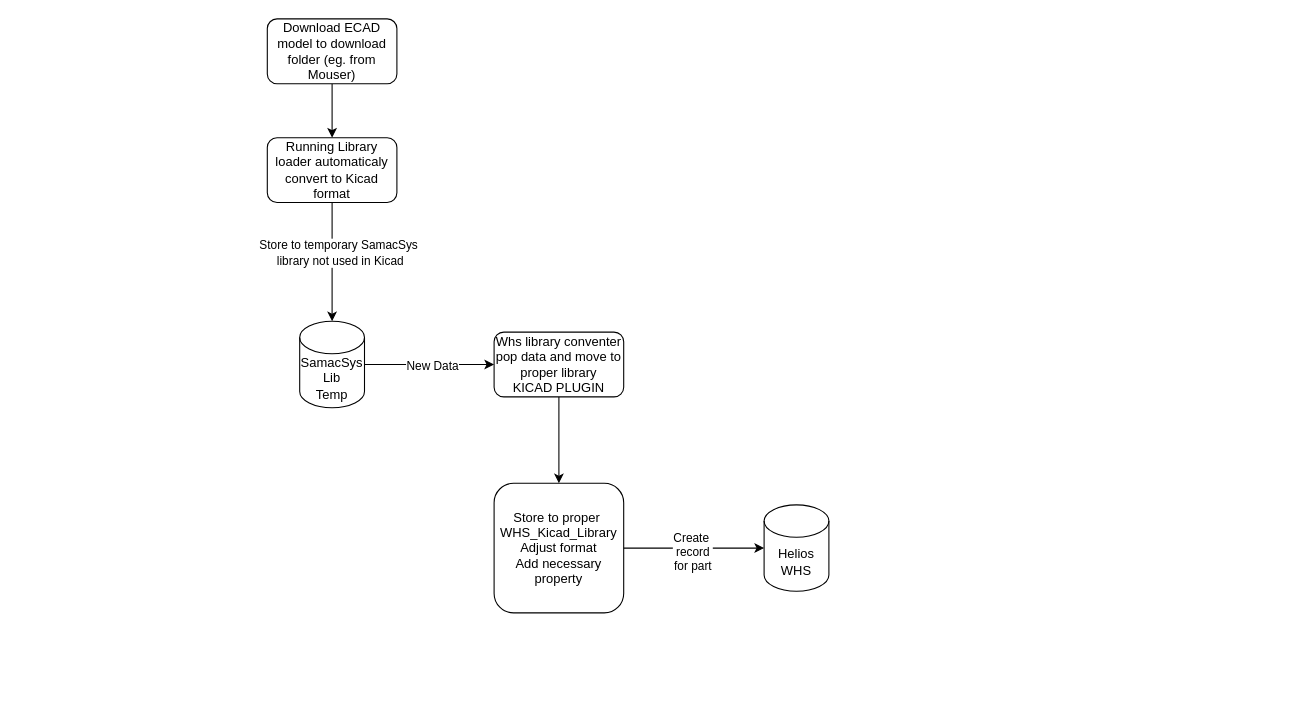
RT-whs/WhsKicadLibraryConventer keeps this draw.io diagram as docs/Organization/Overview.drawio. Above is the earlier version. Source tidied: cells renumbered, new cells numbered last; positions are measured from the earlier drawing's top-left corner, leaving out a move shared by most shapes. Both pictures are drawn from the tidied source at 108%, with x=0, y=0 at pixel (267, 18).
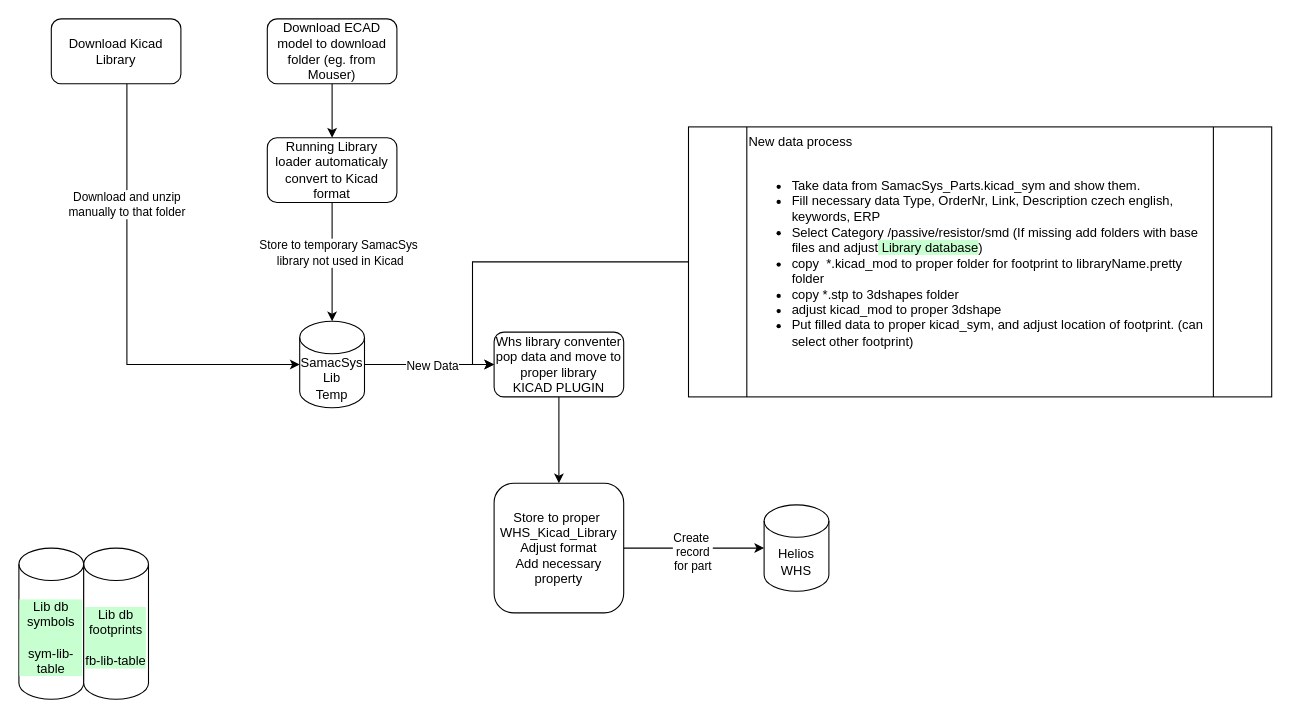
The same page after the edit.

Commit message (it also covers changes not shown here):
UPDATED Drawio overview FEATURE MISSING File filtering FEATURE Modules used for clear sw

Unchanged cells that the change refers to:
```xml
<mxCell id="9" value="SamacSys&lt;br&gt;Lib&lt;br&gt;Temp" style="shape=cylinder3;whiteSpace=wrap;html=1;boundedLbl=1;backgroundOutline=1;size=15;" parent="1" vertex="1">
  <mxGeometry x="30" y="280" width="60" height="80" as="geometry" />
</mxCell>
<mxCell id="11" value="Whs library conventer pop data and move to proper library&lt;br&gt;KICAD PLUGIN" style="rounded=1;whiteSpace=wrap;html=1;" parent="1" vertex="1">
  <mxGeometry x="210" y="290" width="120" height="60" as="geometry" />
</mxCell>
```

Change to the diagram source:
```diff
@@
+    <mxCell id="16" value="Download Kicad Library" style="rounded=1;whiteSpace=wrap;html=1;" parent="1" vertex="1">
+      <mxGeometry x="-200" width="120" height="60" as="geometry" />
+    </mxCell>
+    <mxCell id="17" style="edgeStyle=orthogonalEdgeStyle;rounded=0;jettySize=auto;html=1;entryX=0;entryY=0.5;entryDx=0;entryDy=0;entryPerimeter=0;" parent="1" edge="1" source="16" target="9">
+      <mxGeometry relative="1" as="geometry">
+        <Array as="points">
+          <mxPoint x="-130" y="320" />
+        </Array>
+      </mxGeometry>
+    </mxCell>
+    <mxCell id="18" value="Download and unzip&lt;br&gt;manually to that folder" style="edgeLabel;html=1;align=center;verticalAlign=middle;" parent="17" vertex="1">
+      <mxGeometry x="-0.47" y="-1" relative="1" as="geometry" />
+    </mxCell>
+    <mxCell id="19" style="edgeStyle=orthogonalEdgeStyle;rounded=0;jettySize=auto;html=1;entryX=0;entryY=0.5;entryDx=0;entryDy=0;" parent="1" edge="1" source="20" target="11">
+      <mxGeometry relative="1" as="geometry">
+        <Array as="points">
+          <mxPoint x="190" y="225" />
+          <mxPoint x="190" y="320" />
+        </Array>
+      </mxGeometry>
+    </mxCell>
+    <mxCell id="20" value="New data process&lt;br&gt;&lt;br&gt;&lt;ul&gt;&lt;li&gt;Take data from&amp;nbsp;SamacSys_Parts.kicad_sym and show them.&lt;/li&gt;&lt;li&gt;&lt;span style=&quot;&quot;&gt;&lt;span style=&quot;white-space: pre;&quot;&gt;Fill necessary data Type, OrderNr, Link, Description czech &lt;/span&gt;&lt;/span&gt;english, keywords, ERP&amp;nbsp;&lt;/li&gt;&lt;li&gt;Select Category /passive/resistor/smd (If missing add folders with base files and adjust&lt;span style=&quot;background-color: rgb(199, 255, 208);&quot;&gt; Library database&lt;/span&gt;)&amp;nbsp;&lt;/li&gt;&lt;li&gt;copy&amp;nbsp;&lt;span style=&quot;background-color: initial;&quot;&gt;&amp;nbsp;*&lt;/span&gt;&lt;span style=&quot;background-color: initial;&quot;&gt;.kicad_mod to proper folder for footprint to libraryName.pretty folder&lt;/span&gt;&lt;/li&gt;&lt;li&gt;copy *.stp to 3dshapes folder&amp;nbsp;&lt;/li&gt;&lt;li&gt;adjust kicad_mod to proper 3dshape&lt;/li&gt;&lt;li&gt;Put filled data to proper kicad_sym, and adjust location of footprint. (can select other footprint)&lt;/li&gt;&lt;/ul&gt;&amp;nbsp;&lt;br&gt;" style="shape=process;whiteSpace=wrap;html=1;backgroundOutline=1;labelPosition=center;verticalLabelPosition=middle;align=left;verticalAlign=top;" parent="1" vertex="1">
+      <mxGeometry x="390" y="100" width="540" height="250" as="geometry" />
+    </mxCell>
+    <mxCell id="21" value="Lib db&lt;br&gt;symbols&lt;br&gt;&lt;br&gt;sym-lib-table" style="shape=cylinder3;whiteSpace=wrap;html=1;boundedLbl=1;backgroundOutline=1;size=15;labelBorderColor=none;labelBackgroundColor=#C7FFD0;" parent="1" vertex="1">
+      <mxGeometry x="-230" y="490" width="60" height="140" as="geometry" />
+    </mxCell>
+    <mxCell id="22" value="Lib db&lt;br&gt;footprints&lt;br&gt;&lt;br&gt;fb-lib-table" style="shape=cylinder3;whiteSpace=wrap;html=1;boundedLbl=1;backgroundOutline=1;size=15;labelBackgroundColor=#C7FFD0;" parent="1" vertex="1">
+      <mxGeometry x="-170" y="490" width="60" height="140" as="geometry" />
+    </mxCell>
```
